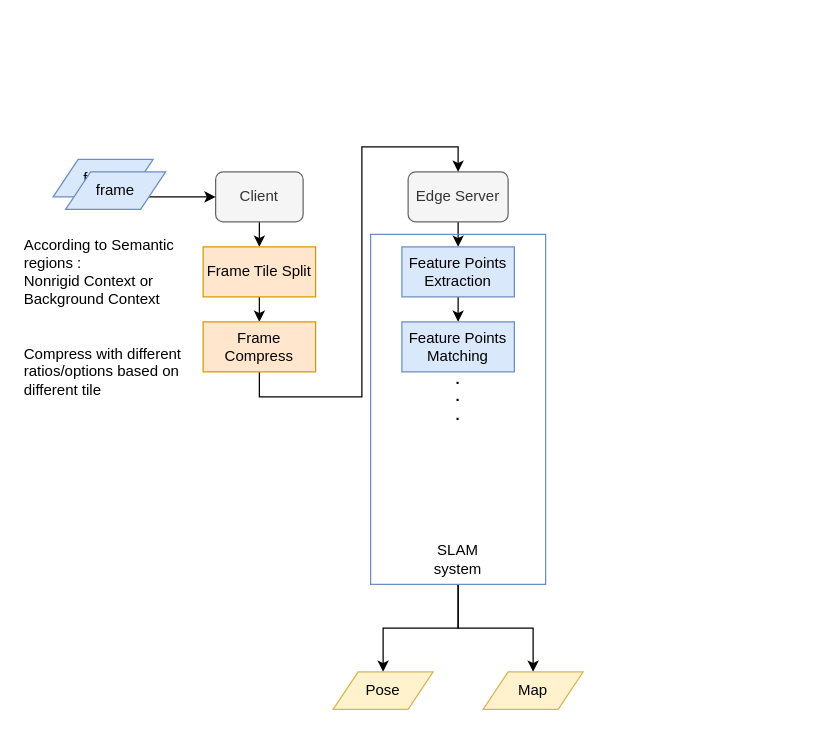
Yvonne0413/HRNet-FCOS keeps this draw.io diagram as SLAM.drawio. Above is the earlier version. Source tidied: cells renumbered, new cells numbered last; positions are measured from the earlier drawing's top-left corner, leaving out a move shared by most shapes. Both pictures are drawn from the tidied source at 125%, with x=0, y=0 at pixel (21, 159).
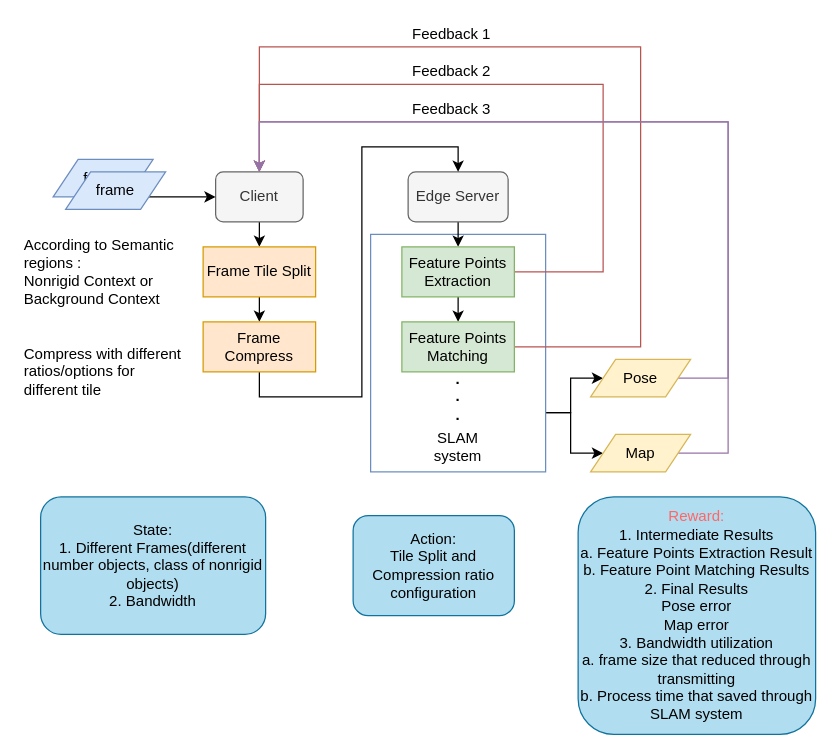
After the change.

The change refers to these unchanged cells:
```xml
<mxCell id="3" value="Client" style="rounded=1;whiteSpace=wrap;html=1;fillColor=#f5f5f5;strokeColor=#666666;fontColor=#333333;" parent="1" vertex="1">
  <mxGeometry x="155" y="10" width="70" height="40" as="geometry" />
</mxCell>
```

Change to the diagram source:
```diff
@@
+    <mxCell id="19" style="edgeStyle=orthogonalEdgeStyle;rounded=0;jettySize=auto;html=1;exitX=1;exitY=0.75;exitDx=0;exitDy=0;entryX=0;entryY=0.5;entryDx=0;entryDy=0;" parent="1" edge="1" source="21" target="23">
+      <mxGeometry relative="1" as="geometry" />
+    </mxCell>
+    <mxCell id="20" style="edgeStyle=orthogonalEdgeStyle;rounded=0;jettySize=auto;html=1;exitX=1;exitY=0.75;exitDx=0;exitDy=0;entryX=0;entryY=0.5;entryDx=0;entryDy=0;" parent="1" edge="1" source="21" target="24">
+      <mxGeometry relative="1" as="geometry" />
+    </mxCell>
+    <mxCell id="21" style="rounded=0;whiteSpace=wrap;html=1;strokeColor=#6C8EBF;strokeWidth=1;fillColor=none;" parent="1" vertex="1">
+      <mxGeometry x="279" y="60" width="140" height="190" as="geometry" />
+    </mxCell>
@@
+    <mxCell id="25" style="edgeStyle=orthogonalEdgeStyle;rounded=0;jettySize=auto;html=1;exitX=1;exitY=0.5;exitDx=0;exitDy=0;entryX=0.5;entryY=0;entryDx=0;entryDy=0;fillColor=#f8cecc;strokeColor=#b85450;" parent="1" edge="1" source="10" target="3">
+      <mxGeometry relative="1" as="geometry">
+        <Array as="points">
+          <mxPoint x="465" y="90" />
+          <mxPoint x="465" y="-60" />
+          <mxPoint x="190" y="-60" />
+        </Array>
+      </mxGeometry>
+    </mxCell>
-    <mxCell id="10" value="Feature Points&lt;br&gt;Extraction" style="rounded=0;whiteSpace=wrap;html=1;strokeColor=#6c8ebf;strokeWidth=1;fillColor=#dae8fc;" parent="1" vertex="1">
+    <mxCell id="10" value="Feature Points&lt;br&gt;Extraction" style="rounded=0;whiteSpace=wrap;html=1;strokeColor=#82b366;strokeWidth=1;fillColor=#d5e8d4;" parent="1" vertex="1">
       <mxGeometry x="304" y="70" width="90" height="40" as="geometry" />
     </mxCell>
+    <mxCell id="26" style="edgeStyle=orthogonalEdgeStyle;rounded=0;jettySize=auto;html=1;exitX=1;exitY=0.5;exitDx=0;exitDy=0;entryX=0.5;entryY=0;entryDx=0;entryDy=0;fillColor=#f8cecc;strokeColor=#b85450;" parent="1" edge="1" source="11" target="3">
+      <mxGeometry relative="1" as="geometry">
+        <Array as="points">
+          <mxPoint x="495" y="150" />
+          <mxPoint x="495" y="-90" />
+          <mxPoint x="190" y="-90" />
+        </Array>
+      </mxGeometry>
+    </mxCell>
-    <mxCell id="11" value="Feature Points&lt;br&gt;Matching" style="rounded=0;whiteSpace=wrap;html=1;strokeColor=#6c8ebf;strokeWidth=1;fillColor=#dae8fc;" parent="1" vertex="1">
+    <mxCell id="11" value="Feature Points&lt;br&gt;Matching" style="rounded=0;whiteSpace=wrap;html=1;strokeColor=#82b366;strokeWidth=1;fillColor=#d5e8d4;" parent="1" vertex="1">
       <mxGeometry x="304" y="130" width="90" height="40" as="geometry" />
     </mxCell>
@@
-    <mxCell id="17" value="Compress with different ratios/options based on different tile" style="text;html=1;strokeColor=none;fillColor=none;align=left;verticalAlign=middle;whiteSpace=wrap;rounded=0;" parent="1" vertex="1">
+    <mxCell id="17" value="Compress with different ratios/options for different tile" style="text;html=1;strokeColor=none;fillColor=none;align=left;verticalAlign=middle;whiteSpace=wrap;rounded=0;" parent="1" vertex="1">
       <mxGeometry y="140" width="130" height="60" as="geometry" />
     </mxCell>
@@
-    <mxCell id="19" style="edgeStyle=orthogonalEdgeStyle;rounded=0;jettySize=auto;html=1;exitX=0.5;exitY=1;exitDx=0;exitDy=0;" parent="1" edge="1" source="21" target="23">
-      <mxGeometry relative="1" as="geometry" />
-    </mxCell>
-    <mxCell id="20" style="edgeStyle=orthogonalEdgeStyle;rounded=0;jettySize=auto;html=1;exitX=0.5;exitY=1;exitDx=0;exitDy=0;" parent="1" edge="1" source="21" target="24">
-      <mxGeometry relative="1" as="geometry" />
-    </mxCell>
-    <mxCell id="21" style="rounded=0;whiteSpace=wrap;html=1;strokeColor=#6C8EBF;strokeWidth=1;fillColor=none;" parent="1" vertex="1">
-      <mxGeometry x="279" y="60" width="140" height="280" as="geometry" />
-    </mxCell>
     <mxCell id="22" value="SLAM system" style="text;html=1;strokeColor=none;fillColor=none;align=center;verticalAlign=middle;whiteSpace=wrap;rounded=0;" parent="1" vertex="1">
-      <mxGeometry x="329" y="310" width="40" height="20" as="geometry" />
+      <mxGeometry x="329" y="220" width="40" height="20" as="geometry" />
     </mxCell>
+    <mxCell id="27" style="edgeStyle=orthogonalEdgeStyle;rounded=0;jettySize=auto;html=1;exitX=1;exitY=0.5;exitDx=0;exitDy=0;entryX=0.5;entryY=0;entryDx=0;entryDy=0;fillColor=#e1d5e7;strokeColor=#9673a6;" parent="1" edge="1" source="24" target="3">
+      <mxGeometry relative="1" as="geometry">
+        <Array as="points">
+          <mxPoint x="565" y="235" />
+          <mxPoint x="565" y="-30" />
+          <mxPoint x="190" y="-30" />
+        </Array>
+      </mxGeometry>
+    </mxCell>
+    <mxCell id="24" value="Map" style="shape=parallelogram;perimeter=parallelogramPerimeter;whiteSpace=wrap;html=1;fixedSize=1;fillColor=#fff2cc;strokeColor=#d6b656;" parent="1" vertex="1">
+      <mxGeometry x="455" y="220" width="80" height="30" as="geometry" />
+    </mxCell>
+    <mxCell id="28" value="Feedback 2" style="text;html=1;strokeColor=none;fillColor=none;align=center;verticalAlign=middle;whiteSpace=wrap;rounded=0;" parent="1" vertex="1">
+      <mxGeometry x="309" y="-80" width="70" height="20" as="geometry" />
+    </mxCell>
+    <mxCell id="29" value="Feedback 1" style="text;html=1;strokeColor=none;fillColor=none;align=center;verticalAlign=middle;whiteSpace=wrap;rounded=0;" parent="1" vertex="1">
+      <mxGeometry x="309" y="-110" width="70" height="20" as="geometry" />
+    </mxCell>
+    <mxCell id="30" style="edgeStyle=orthogonalEdgeStyle;rounded=0;jettySize=auto;html=1;exitX=1;exitY=0.5;exitDx=0;exitDy=0;entryX=0.5;entryY=0;entryDx=0;entryDy=0;fillColor=#e1d5e7;strokeColor=#9673a6;" parent="1" edge="1" source="23" target="3">
+      <mxGeometry relative="1" as="geometry">
+        <Array as="points">
+          <mxPoint x="565" y="175" />
+          <mxPoint x="565" y="-30" />
+          <mxPoint x="190" y="-30" />
+        </Array>
+      </mxGeometry>
+    </mxCell>
     <mxCell id="23" value="Pose" style="shape=parallelogram;perimeter=parallelogramPerimeter;whiteSpace=wrap;html=1;fixedSize=1;fillColor=#fff2cc;strokeColor=#d6b656;" parent="1" vertex="1">
-      <mxGeometry x="249" y="410" width="80" height="30" as="geometry" />
+      <mxGeometry x="455" y="160" width="80" height="30" as="geometry" />
     </mxCell>
-    <mxCell id="24" value="Map" style="shape=parallelogram;perimeter=parallelogramPerimeter;whiteSpace=wrap;html=1;fixedSize=1;fillColor=#fff2cc;strokeColor=#d6b656;" parent="1" vertex="1">
-      <mxGeometry x="369" y="410" width="80" height="30" as="geometry" />
-    </mxCell>
+    <mxCell id="31" value="Feedback 3" style="text;html=1;strokeColor=none;fillColor=none;align=center;verticalAlign=middle;whiteSpace=wrap;rounded=0;" parent="1" vertex="1">
+      <mxGeometry x="309" y="-50" width="70" height="20" as="geometry" />
+    </mxCell>
+    <mxCell id="32" value="State:&lt;br&gt;&lt;div&gt;&lt;div&gt;&lt;span style=&quot;background-color: transparent&quot;&gt;1. Different Frames&lt;/span&gt;&lt;span style=&quot;background-color: transparent&quot;&gt;(different number objects, class of nonrigid objects)&lt;/span&gt;&lt;/div&gt;&lt;span style=&quot;background-color: transparent&quot;&gt;&lt;div&gt;&lt;span style=&quot;background-color: transparent&quot;&gt;2. Bandwidth&lt;/span&gt;&lt;/div&gt;&lt;/span&gt;&lt;/div&gt;" style="rounded=1;whiteSpace=wrap;html=1;strokeColor=#10739e;strokeWidth=1;fillColor=#b1ddf0;align=center;" parent="1" vertex="1">
+      <mxGeometry x="15" y="270" width="180" height="110" as="geometry" />
+    </mxCell>
+    <mxCell id="33" value="Action:&lt;br&gt;Tile Split and Compression ratio configuration" style="rounded=1;whiteSpace=wrap;html=1;strokeColor=#10739e;strokeWidth=1;fillColor=#b1ddf0;" parent="1" vertex="1">
+      <mxGeometry x="265" y="285" width="129" height="80" as="geometry" />
+    </mxCell>
+    <mxCell id="34" value="&lt;font color=&quot;#ff6666&quot;&gt;Reward:&lt;/font&gt;&lt;br&gt;1. Intermediate Results&lt;br&gt;a. Feature Points Extraction Result&lt;br&gt;b. Feature Point Matching Results&lt;br&gt;2. Final Results&lt;br&gt;Pose error&lt;br&gt;Map error&lt;br&gt;3. Bandwidth utilization&lt;br&gt;a. frame size that reduced through transmitting&lt;br&gt;b. Process time that saved through SLAM system&lt;br&gt;" style="rounded=1;whiteSpace=wrap;html=1;strokeColor=#10739e;strokeWidth=1;fillColor=#b1ddf0;" parent="1" vertex="1">
+      <mxGeometry x="445" y="270" width="190" height="190" as="geometry" />
+    </mxCell>
```
